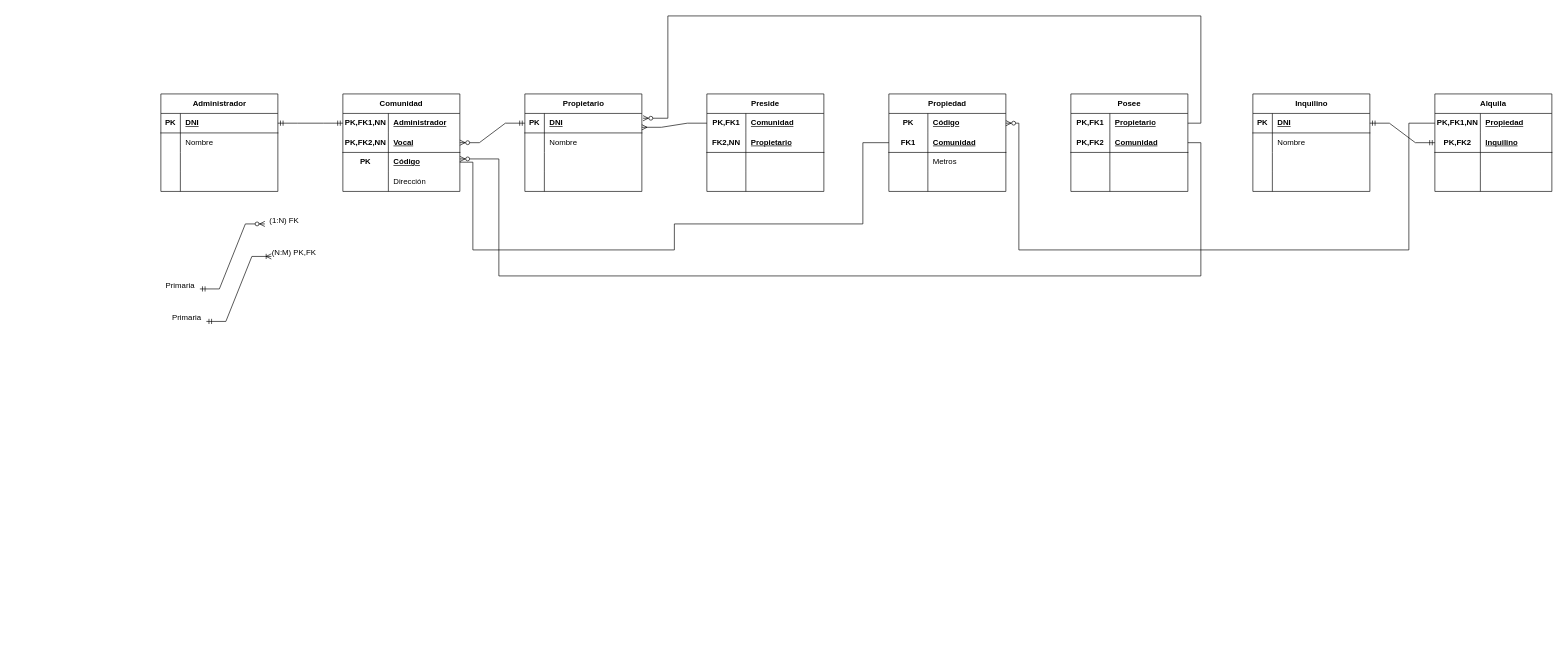
miguelelinformatico/2025_26 keeps this draw.io diagram as 13-11-2025.drawio. Above is the earlier version. Source tidied: cells renumbered, new cells numbered last; positions are measured from the earlier drawing's top-left corner, leaving out a move shared by most shapes. Both pictures are drawn from the tidied source at 65%, with x=0, y=0 at pixel (161, 16).
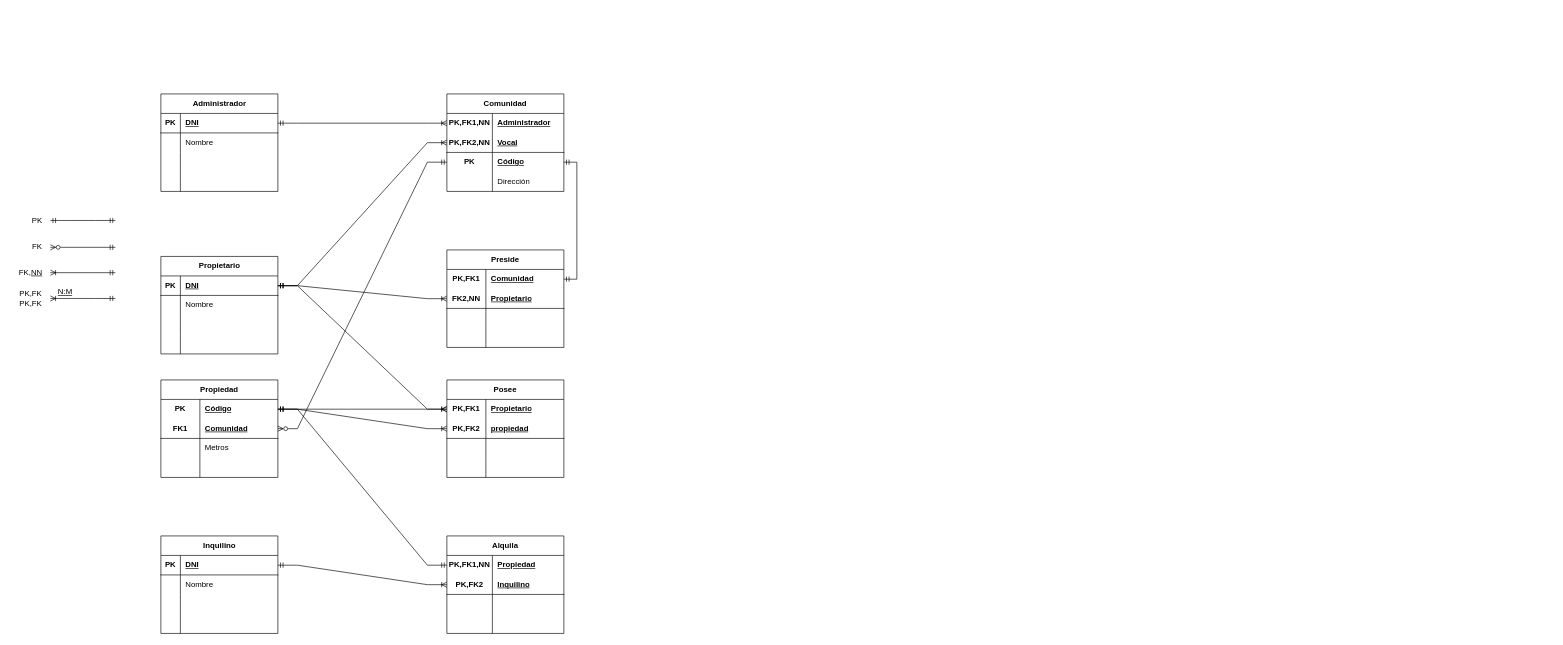
The same diagram, later.

The change refers to these unchanged cells:
```xml
<mxCell id="3" style="shape=tableRow;horizontal=0;startSize=0;swimlaneHead=0;swimlaneBody=0;fillColor=none;points=[[0,0.5],[1,0.5]];portConstraint=eastwest;top=0;left=0;right=0;bottom=1;" parent="2" vertex="1">
  <mxGeometry y="30" width="180" height="30" as="geometry" />
</mxCell>
<mxCell id="16" style="shape=tableRow;horizontal=0;startSize=0;swimlaneHead=0;swimlaneBody=0;fillColor=none;points=[[0,0.5],[1,0.5]];portConstraint=eastwest;top=0;left=0;right=0;bottom=0;html=1;" parent="15" vertex="1">
  <mxGeometry y="30" width="180" height="30" as="geometry" />
</mxCell>
<mxCell id="19" style="shape=tableRow;horizontal=0;startSize=0;swimlaneHead=0;swimlaneBody=0;fillColor=none;points=[[0,0.5],[1,0.5]];portConstraint=eastwest;top=0;left=0;right=0;bottom=1;html=1;" parent="15" vertex="1">
  <mxGeometry y="60" width="180" height="30" as="geometry" />
</mxCell>
<mxCell id="22" style="shape=tableRow;horizontal=0;startSize=0;swimlaneHead=0;swimlaneBody=0;fillColor=none;points=[[0,0.5],[1,0.5]];portConstraint=eastwest;top=0;left=0;right=0;bottom=0;html=1;" parent="15" vertex="1">
  <mxGeometry y="90" width="180" height="30" as="geometry" />
</mxCell>
<mxCell id="29" style="shape=tableRow;horizontal=0;startSize=0;swimlaneHead=0;swimlaneBody=0;fillColor=none;points=[[0,0.5],[1,0.5]];portConstraint=eastwest;top=0;left=0;right=0;bottom=1;" parent="28" vertex="1">
  <mxGeometry y="30" width="180" height="30" as="geometry" />
</mxCell>
<mxCell id="42" style="shape=tableRow;horizontal=0;startSize=0;swimlaneHead=0;swimlaneBody=0;fillColor=none;points=[[0,0.5],[1,0.5]];portConstraint=eastwest;top=0;left=0;right=0;bottom=0;html=1;" parent="41" vertex="1">
  <mxGeometry y="30" width="180" height="30" as="geometry" />
</mxCell>
<mxCell id="45" style="shape=tableRow;horizontal=0;startSize=0;swimlaneHead=0;swimlaneBody=0;fillColor=none;points=[[0,0.5],[1,0.5]];portConstraint=eastwest;top=0;left=0;right=0;bottom=1;html=1;" parent="41" vertex="1">
  <mxGeometry y="60" width="180" height="30" as="geometry" />
</mxCell>
<mxCell id="55" style="shape=tableRow;horizontal=0;startSize=0;swimlaneHead=0;swimlaneBody=0;fillColor=none;points=[[0,0.5],[1,0.5]];portConstraint=eastwest;top=0;left=0;right=0;bottom=0;html=1;" parent="54" vertex="1">
  <mxGeometry y="30" width="180" height="30" as="geometry" />
</mxCell>
<mxCell id="58" style="shape=tableRow;horizontal=0;startSize=0;swimlaneHead=0;swimlaneBody=0;fillColor=none;points=[[0,0.5],[1,0.5]];portConstraint=eastwest;top=0;left=0;right=0;bottom=1;html=1;" parent="54" vertex="1">
  <mxGeometry y="60" width="180" height="30" as="geometry" />
</mxCell>
<mxCell id="68" style="shape=tableRow;horizontal=0;startSize=0;swimlaneHead=0;swimlaneBody=0;fillColor=none;points=[[0,0.5],[1,0.5]];portConstraint=eastwest;top=0;left=0;right=0;bottom=0;html=1;" parent="67" vertex="1">
  <mxGeometry y="30" width="180" height="30" as="geometry" />
</mxCell>
<mxCell id="71" style="shape=tableRow;horizontal=0;startSize=0;swimlaneHead=0;swimlaneBody=0;fillColor=none;points=[[0,0.5],[1,0.5]];portConstraint=eastwest;top=0;left=0;right=0;bottom=1;html=1;" parent="67" vertex="1">
  <mxGeometry y="60" width="180" height="30" as="geometry" />
</mxCell>
<mxCell id="81" style="shape=tableRow;horizontal=0;startSize=0;swimlaneHead=0;swimlaneBody=0;fillColor=none;points=[[0,0.5],[1,0.5]];portConstraint=eastwest;top=0;left=0;right=0;bottom=1;" parent="80" vertex="1">
  <mxGeometry y="30" width="180" height="30" as="geometry" />
</mxCell>
<mxCell id="94" style="shape=tableRow;horizontal=0;startSize=0;swimlaneHead=0;swimlaneBody=0;fillColor=none;points=[[0,0.5],[1,0.5]];portConstraint=eastwest;top=0;left=0;right=0;bottom=0;html=1;" parent="93" vertex="1">
  <mxGeometry y="30" width="180" height="30" as="geometry" />
</mxCell>
<mxCell id="97" style="shape=tableRow;horizontal=0;startSize=0;swimlaneHead=0;swimlaneBody=0;fillColor=none;points=[[0,0.5],[1,0.5]];portConstraint=eastwest;top=0;left=0;right=0;bottom=1;html=1;" parent="93" vertex="1">
  <mxGeometry y="60" width="180" height="30" as="geometry" />
</mxCell>
```

Diff of the diagram source:
```diff
@@
     <mxCell id="15" value="Comunidad" style="shape=table;startSize=30;childLayout=tableLayout;rowLines=0;fontStyle=1;align=center;html=1;whiteSpace=wrap;" parent="1" vertex="1">
-      <mxGeometry x="280" y="120" width="180" height="150" as="geometry" />
+      <mxGeometry x="440" y="120" width="180" height="150" as="geometry" />
     </mxCell>
@@
     <mxCell id="28" value="Propietario" style="shape=table;startSize=30;childLayout=tableLayout;rowLines=0;fontStyle=1;align=center;html=1;" parent="1" vertex="1">
-      <mxGeometry x="560" y="120" width="180" height="150" as="geometry" />
+      <mxGeometry y="370" width="180" height="150" as="geometry" />
     </mxCell>
@@
     <mxCell id="41" value="Preside" style="shape=table;startSize=30;childLayout=tableLayout;rowLines=0;fontStyle=1;align=center;html=1;whiteSpace=wrap;" parent="1" vertex="1">
-      <mxGeometry x="840" y="120" width="180" height="150" as="geometry" />
+      <mxGeometry x="440" y="360" width="180" height="150" as="geometry" />
     </mxCell>
@@
     <mxCell id="54" value="Propiedad" style="shape=table;startSize=30;childLayout=tableLayout;rowLines=0;fontStyle=1;align=center;html=1;whiteSpace=wrap;" parent="1" vertex="1">
-      <mxGeometry x="1120" y="120" width="180" height="150" as="geometry" />
+      <mxGeometry y="560" width="180" height="150" as="geometry" />
     </mxCell>
@@
     <mxCell id="67" value="Posee" style="shape=table;startSize=30;childLayout=tableLayout;rowLines=0;fontStyle=1;align=center;html=1;whiteSpace=wrap;" parent="1" vertex="1">
-      <mxGeometry x="1400" y="120" width="180" height="150" as="geometry" />
+      <mxGeometry x="440" y="560" width="180" height="150" as="geometry" />
     </mxCell>
@@
-    <mxCell id="73" value="Comunidad" style="shape=partialRectangle;fillColor=none;top=0;left=0;bottom=0;right=0;align=left;spacingLeft=6;fontStyle=5;overflow=hidden;html=1;whiteSpace=wrap;" parent="71" vertex="1">
+    <mxCell id="73" value="propiedad" style="shape=partialRectangle;fillColor=none;top=0;left=0;bottom=0;right=0;align=left;spacingLeft=6;fontStyle=5;overflow=hidden;html=1;whiteSpace=wrap;" parent="71" vertex="1">
       <mxGeometry x="60" width="120" height="30" as="geometry" />
     </mxCell>
@@
     <mxCell id="80" value="Inquilino" style="shape=table;startSize=30;childLayout=tableLayout;rowLines=0;fontStyle=1;align=center;html=1;" parent="1" vertex="1">
-      <mxGeometry x="1680" y="120" width="180" height="150" as="geometry" />
+      <mxGeometry y="800" width="180" height="150" as="geometry" />
     </mxCell>
@@
     <mxCell id="93" value="Alquila" style="shape=table;startSize=30;childLayout=tableLayout;rowLines=0;fontStyle=1;align=center;html=1;whiteSpace=wrap;" parent="1" vertex="1">
-      <mxGeometry x="1960" y="120" width="180" height="150" as="geometry" />
+      <mxGeometry x="440" y="800" width="180" height="150" as="geometry" />
     </mxCell>
@@
-    <mxCell id="106" style="edgeStyle=entityRelationEdgeStyle;fontSize=12;html=1;endArrow=ERoneToMany;startArrow=ERmandOne;rounded=0;" parent="1" edge="1">
-      <mxGeometry relative="1" as="geometry">
-        <mxPoint x="70" y="470" as="sourcePoint" />
-        <mxPoint x="170" y="370" as="targetPoint" />
-      </mxGeometry>
-    </mxCell>
-    <mxCell id="107" style="edgeStyle=entityRelationEdgeStyle;fontSize=12;html=1;endArrow=ERzeroToMany;startArrow=ERmandOne;rounded=0;" parent="1" edge="1">
-      <mxGeometry relative="1" as="geometry">
-        <mxPoint x="60" y="420" as="sourcePoint" />
-        <mxPoint x="160" y="320" as="targetPoint" />
-      </mxGeometry>
-    </mxCell>
-    <mxCell id="108" value="Primaria" style="text;html=1;whiteSpace=wrap;strokeColor=none;fillColor=none;align=center;verticalAlign=middle;rounded=0;" parent="1" vertex="1">
-      <mxGeometry y="400" width="60" height="30" as="geometry" />
-    </mxCell>
-    <mxCell id="109" value="Primaria" style="text;html=1;whiteSpace=wrap;strokeColor=none;fillColor=none;align=center;verticalAlign=middle;rounded=0;" parent="1" vertex="1">
-      <mxGeometry x="10" y="450" width="60" height="30" as="geometry" />
-    </mxCell>
-    <mxCell id="110" value="(N:M) PK,FK" style="text;html=1;whiteSpace=wrap;strokeColor=none;fillColor=none;align=center;verticalAlign=middle;rounded=0;" parent="1" vertex="1">
-      <mxGeometry x="170" y="350" width="70" height="30" as="geometry" />
-    </mxCell>
-    <mxCell id="111" value="(1:N) F&lt;span style=&quot;background-color: transparent; color: light-dark(rgb(0, 0, 0), rgb(255, 255, 255));&quot;&gt;K&lt;/span&gt;" style="text;html=1;whiteSpace=wrap;strokeColor=none;fillColor=none;align=center;verticalAlign=middle;rounded=0;" parent="1" vertex="1">
-      <mxGeometry x="160" y="300" width="60" height="30" as="geometry" />
-    </mxCell>
-    <mxCell id="112" style="edgeStyle=entityRelationEdgeStyle;fontSize=12;html=1;endArrow=ERmandOne;startArrow=ERmandOne;rounded=0;entryX=1;entryY=0.5;entryDx=0;entryDy=0;exitX=0;exitY=0.5;exitDx=0;exitDy=0;" parent="1" edge="1" source="16" target="3">
-      <mxGeometry relative="1" as="geometry" />
-    </mxCell>
-    <mxCell id="113" style="edgeStyle=entityRelationEdgeStyle;fontSize=12;html=1;endArrow=ERzeroToMany;startArrow=ERmandOne;rounded=0;exitX=0;exitY=0.5;exitDx=0;exitDy=0;entryX=1;entryY=0.5;entryDx=0;entryDy=0;" parent="1" edge="1" source="29" target="19">
+    <mxCell id="113" style="edgeStyle=entityRelationEdgeStyle;fontSize=12;html=1;endArrow=ERoneToMany;startArrow=ERmandOne;rounded=0;exitX=1;exitY=0.5;exitDx=0;exitDy=0;" parent="1" edge="1" source="29" target="19">
       <mxGeometry relative="1" as="geometry" />
     </mxCell>
-    <mxCell id="114" style="edgeStyle=entityRelationEdgeStyle;fontSize=12;html=1;endArrow=ERmany;rounded=0;exitX=0;exitY=0.5;exitDx=0;exitDy=0;entryX=1;entryY=0.711;entryDx=0;entryDy=0;entryPerimeter=0;" parent="1" edge="1" source="42" target="29">
-      <mxGeometry relative="1" as="geometry" />
-    </mxCell>
+    <mxCell id="120" style="edgeStyle=entityRelationEdgeStyle;fontSize=12;html=1;endArrow=ERoneToMany;startArrow=ERmandOne;rounded=0;exitX=1;exitY=0.5;exitDx=0;exitDy=0;entryX=0;entryY=0.5;entryDx=0;entryDy=0;" parent="1" edge="1" source="3" target="16">
+      <mxGeometry relative="1" as="geometry" />
+    </mxCell>
+    <mxCell id="121" style="fontSize=12;html=1;endArrow=ERmandOne;startArrow=ERmandOne;rounded=0;exitX=1;exitY=0.5;exitDx=0;exitDy=0;entryX=1;entryY=0.5;entryDx=0;entryDy=0;edgeStyle=orthogonalEdgeStyle;" parent="1" edge="1" source="42" target="22">
+      <mxGeometry relative="1" as="geometry">
+        <Array as="points">
+          <mxPoint x="640" y="405" />
+          <mxPoint x="640" y="225" />
+        </Array>
+      </mxGeometry>
+    </mxCell>
+    <mxCell id="122" style="edgeStyle=entityRelationEdgeStyle;fontSize=12;html=1;endArrow=ERmandOne;startArrow=ERmandOne;rounded=0;endFill=0;" parent="1" edge="1">
+      <mxGeometry relative="1" as="geometry">
+        <mxPoint x="-170" y="314.7" as="sourcePoint" />
+        <mxPoint x="-70" y="314.7" as="targetPoint" />
+      </mxGeometry>
+    </mxCell>
+    <mxCell id="123" value="PK" style="text;html=1;whiteSpace=wrap;strokeColor=none;fillColor=none;align=center;verticalAlign=middle;rounded=0;" parent="1" vertex="1">
+      <mxGeometry x="-220" y="300" width="60" height="30" as="geometry" />
+    </mxCell>
+    <mxCell id="124" style="edgeStyle=entityRelationEdgeStyle;fontSize=12;html=1;endArrow=ERmandOne;startArrow=ERzeroToMany;rounded=0;endFill=0;startFill=0;" parent="1" edge="1">
+      <mxGeometry relative="1" as="geometry">
+        <mxPoint x="-170" y="356" as="sourcePoint" />
+        <mxPoint x="-70" y="356" as="targetPoint" />
+      </mxGeometry>
+    </mxCell>
+    <mxCell id="125" value="FK" style="text;html=1;whiteSpace=wrap;strokeColor=none;fillColor=none;align=center;verticalAlign=middle;rounded=0;" parent="1" vertex="1">
+      <mxGeometry x="-220" y="340" width="60" height="30" as="geometry" />
+    </mxCell>
+    <mxCell id="126" style="edgeStyle=entityRelationEdgeStyle;fontSize=12;html=1;endArrow=ERmandOne;startArrow=ERoneToMany;rounded=0;endFill=0;startFill=0;" parent="1" edge="1">
+      <mxGeometry relative="1" as="geometry">
+        <mxPoint x="-170" y="395" as="sourcePoint" />
+        <mxPoint x="-70" y="395" as="targetPoint" />
+      </mxGeometry>
+    </mxCell>
+    <mxCell id="127" value="FK,&lt;u&gt;NN&lt;/u&gt;" style="text;html=1;whiteSpace=wrap;strokeColor=none;fillColor=none;align=center;verticalAlign=middle;rounded=0;" parent="1" vertex="1">
+      <mxGeometry x="-230" y="380" width="60" height="30" as="geometry" />
+    </mxCell>
+    <mxCell id="128" value="PK,FK&lt;div&gt;PK,FK&lt;/div&gt;" style="text;html=1;whiteSpace=wrap;strokeColor=none;fillColor=none;align=center;verticalAlign=middle;rounded=0;" parent="1" vertex="1">
+      <mxGeometry x="-230" y="420" width="60" height="30" as="geometry" />
+    </mxCell>
+    <mxCell id="129" style="edgeStyle=entityRelationEdgeStyle;fontSize=12;html=1;endArrow=ERmandOne;startArrow=ERoneToMany;rounded=0;endFill=0;startFill=0;" parent="1" edge="1">
+      <mxGeometry relative="1" as="geometry">
+        <mxPoint x="-170" y="434.7" as="sourcePoint" />
+        <mxPoint x="-70" y="434.7" as="targetPoint" />
+      </mxGeometry>
+    </mxCell>
+    <mxCell id="130" value="&lt;u&gt;N:M&lt;/u&gt;" style="text;html=1;whiteSpace=wrap;strokeColor=none;fillColor=none;align=center;verticalAlign=middle;rounded=0;" parent="1" vertex="1">
+      <mxGeometry x="-177" y="410" width="60" height="30" as="geometry" />
+    </mxCell>
+    <mxCell id="131" style="edgeStyle=entityRelationEdgeStyle;fontSize=12;html=1;endArrow=ERmandOne;startArrow=ERoneToMany;rounded=0;endFill=0;startFill=0;exitX=0;exitY=0.5;exitDx=0;exitDy=0;entryX=1;entryY=0.5;entryDx=0;entryDy=0;" parent="1" edge="1" source="45" target="29">
+      <mxGeometry relative="1" as="geometry" />
+    </mxCell>
+    <mxCell id="132" style="edgeStyle=entityRelationEdgeStyle;fontSize=12;html=1;endArrow=ERmandOne;startArrow=ERoneToMany;rounded=0;endFill=0;startFill=0;exitX=0;exitY=0.5;exitDx=0;exitDy=0;entryX=1;entryY=0.5;entryDx=0;entryDy=0;" parent="1" edge="1" source="68" target="55">
+      <mxGeometry relative="1" as="geometry" />
+    </mxCell>
+    <mxCell id="119" style="edgeStyle=entityRelationEdgeStyle;fontSize=12;html=1;endArrow=ERmandOne;startArrow=ERmandOne;rounded=0;endFill=0;exitX=0;exitY=0.5;exitDx=0;exitDy=0;entryX=1;entryY=0.5;entryDx=0;entryDy=0;" parent="1" edge="1" source="94" target="55">
+      <mxGeometry relative="1" as="geometry" />
+    </mxCell>
+    <mxCell id="116" style="edgeStyle=entityRelationEdgeStyle;fontSize=12;html=1;endArrow=ERmandOne;startArrow=ERoneToMany;rounded=0;endFill=0;startFill=0;exitX=0;exitY=0.5;exitDx=0;exitDy=0;entryX=1;entryY=0.5;entryDx=0;entryDy=0;" parent="1" edge="1" source="68" target="29">
+      <mxGeometry relative="1" as="geometry" />
+    </mxCell>
-    <mxCell id="115" style="rounded=0;jettySize=auto;html=1;entryX=1;entryY=0.5;entryDx=0;entryDy=0;edgeStyle=orthogonalEdgeStyle;endArrow=none;endFill=0;" parent="1" edge="1" source="58" target="22">
-      <mxGeometry relative="1" as="geometry">
-        <Array as="points">
-          <mxPoint x="1080" y="195" />
-          <mxPoint x="1080" y="320" />
-          <mxPoint x="790" y="320" />
-          <mxPoint x="790" y="360" />
-          <mxPoint x="480" y="360" />
-          <mxPoint x="480" y="225" />
-        </Array>
-      </mxGeometry>
+    <mxCell id="115" style="edgeStyle=entityRelationEdgeStyle;fontSize=12;html=1;endArrow=ERmandOne;startArrow=ERzeroToMany;rounded=0;endFill=0;startFill=0;exitX=1;exitY=0.5;exitDx=0;exitDy=0;entryX=0;entryY=0.5;entryDx=0;entryDy=0;" parent="1" edge="1" source="58" target="22">
+      <mxGeometry relative="1" as="geometry" />
     </mxCell>
-    <mxCell id="116" style="edgeStyle=orthogonalEdgeStyle;fontSize=12;html=1;endArrow=ERzeroToMany;endFill=1;rounded=0;exitX=1;exitY=0.5;exitDx=0;exitDy=0;entryX=1.01;entryY=0.246;entryDx=0;entryDy=0;entryPerimeter=0;" parent="1" edge="1" source="68" target="29">
-      <mxGeometry relative="1" as="geometry">
-        <Array as="points">
-          <mxPoint x="1600" y="165" />
-          <mxPoint x="1600" />
-          <mxPoint x="780" />
-          <mxPoint x="780" y="157" />
-        </Array>
-      </mxGeometry>
-    </mxCell>
-    <mxCell id="117" style="fontSize=12;html=1;endArrow=ERzeroToMany;endFill=1;rounded=0;exitX=1;exitY=0.5;exitDx=0;exitDy=0;edgeStyle=orthogonalEdgeStyle;" parent="1" edge="1" source="71">
-      <mxGeometry relative="1" as="geometry">
-        <mxPoint x="460" y="220" as="targetPoint" />
-        <Array as="points">
-          <mxPoint x="1600" y="195" />
-          <mxPoint x="1600" y="400" />
-          <mxPoint x="520" y="400" />
-          <mxPoint x="520" y="220" />
-        </Array>
-      </mxGeometry>
-    </mxCell>
-    <mxCell id="118" style="edgeStyle=entityRelationEdgeStyle;fontSize=12;html=1;endArrow=ERmandOne;startArrow=ERmandOne;rounded=0;exitX=1;exitY=0.5;exitDx=0;exitDy=0;entryX=0;entryY=0.5;entryDx=0;entryDy=0;" parent="1" edge="1" source="81" target="97">
-      <mxGeometry relative="1" as="geometry" />
-    </mxCell>
-    <mxCell id="119" style="edgeStyle=orthogonalEdgeStyle;fontSize=12;html=1;endArrow=ERzeroToMany;endFill=1;rounded=0;exitX=0;exitY=0.5;exitDx=0;exitDy=0;entryX=1;entryY=0.5;entryDx=0;entryDy=0;" parent="1" edge="1" source="94" target="55">
-      <mxGeometry relative="1" as="geometry">
-        <Array as="points">
-          <mxPoint x="1920" y="165" />
-          <mxPoint x="1920" y="360" />
-          <mxPoint x="1320" y="360" />
-          <mxPoint x="1320" y="165" />
-        </Array>
-      </mxGeometry>
-    </mxCell>
+    <mxCell id="133" style="edgeStyle=entityRelationEdgeStyle;fontSize=12;html=1;endArrow=ERmandOne;startArrow=ERoneToMany;rounded=0;endFill=0;startFill=0;entryX=1;entryY=0.5;entryDx=0;entryDy=0;exitX=0;exitY=0.5;exitDx=0;exitDy=0;" parent="1" edge="1" source="97" target="81">
+      <mxGeometry relative="1" as="geometry" />
+    </mxCell>
+    <mxCell id="134" style="edgeStyle=entityRelationEdgeStyle;fontSize=12;html=1;endArrow=ERmandOne;startArrow=ERoneToMany;rounded=0;endFill=0;startFill=0;exitX=0;exitY=0.5;exitDx=0;exitDy=0;entryX=1;entryY=0.5;entryDx=0;entryDy=0;" parent="1" edge="1" source="71" target="55">
+      <mxGeometry relative="1" as="geometry" />
+    </mxCell>
```
